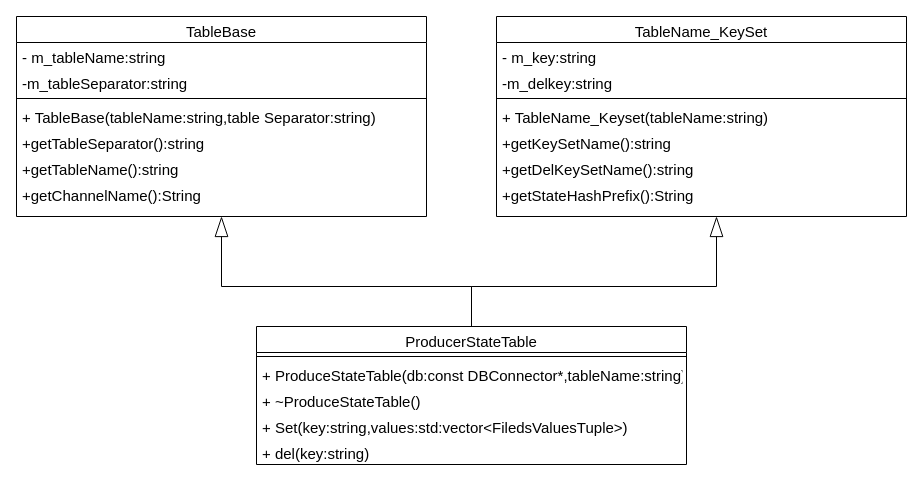
This is ProduceStateTable.drawio from PATORITU/PATORITU, a draw.io file, before an edit. Source tidied: cells renumbered, new cells numbered last; positions are measured from the earlier drawing's top-left corner, leaving out a move shared by most shapes. Both pictures are drawn from the tidied source at 100%, with x=0, y=0 at pixel (16, 16).
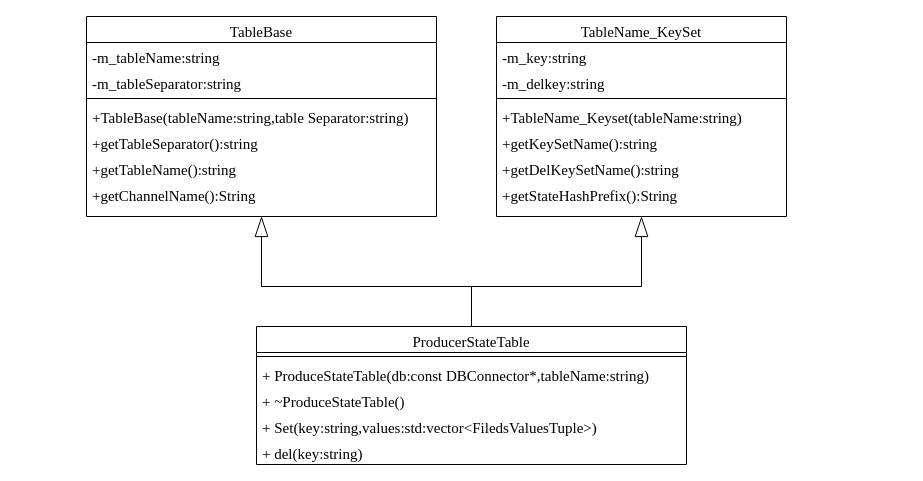
After the change.

Diff of the diagram source:
```diff
@@
-    <mxCell id="2" value="ProducerStateTable" style="swimlane;fontStyle=0;align=center;verticalAlign=top;horizontal=1;startSize=26;rounded=0;shadow=0;strokeWidth=1;fontSize=15;" parent="1" vertex="1">
+    <mxCell id="2" value="ProducerStateTable" style="swimlane;fontStyle=0;align=center;verticalAlign=top;horizontal=1;startSize=26;rounded=0;shadow=0;strokeWidth=1;fontSize=15;fontFamily=Times New Roman;" parent="1" vertex="1">
       <mxGeometry x="240" y="310" width="430" height="138" as="geometry" />
     </mxCell>
-    <mxCell id="3" style="line;html=1;strokeWidth=1;align=left;verticalAlign=middle;spacingTop=-1;spacingLeft=3;spacingRight=3;labelPosition=right;fontSize=15;" parent="2" vertex="1">
+    <mxCell id="3" style="line;html=1;strokeWidth=1;align=left;verticalAlign=middle;spacingTop=-1;spacingLeft=3;spacingRight=3;labelPosition=right;fontSize=15;fontFamily=Times New Roman;" parent="2" vertex="1">
       <mxGeometry y="26" width="430" height="8" as="geometry" />
     </mxCell>
-    <mxCell id="4" value="+ ProduceStateTable(db:const DBConnector*,tableName:string)" style="text;align=left;verticalAlign=top;spacingLeft=4;spacingRight=4;overflow=hidden;fontSize=15;" parent="2" vertex="1">
+    <mxCell id="4" value="+ ProduceStateTable(db:const DBConnector*,tableName:string)" style="text;align=left;verticalAlign=top;spacingLeft=4;spacingRight=4;overflow=hidden;fontSize=15;fontFamily=Times New Roman;" parent="2" vertex="1">
       <mxGeometry y="34" width="430" height="26" as="geometry" />
     </mxCell>
-    <mxCell id="5" value="+ ~ProduceStateTable()" style="text;align=left;verticalAlign=top;spacingLeft=4;spacingRight=4;overflow=hidden;fontSize=15;" parent="2" vertex="1">
+    <mxCell id="5" value="+ ~ProduceStateTable()" style="text;align=left;verticalAlign=top;spacingLeft=4;spacingRight=4;overflow=hidden;fontSize=15;fontFamily=Times New Roman;" parent="2" vertex="1">
       <mxGeometry y="60" width="430" height="26" as="geometry" />
     </mxCell>
-    <mxCell id="6" value="+ Set(key:string,values:std:vector&lt;FiledsValuesTuple&gt;)" style="text;align=left;verticalAlign=top;spacingLeft=4;spacingRight=4;overflow=hidden;fontSize=15;" parent="2" vertex="1">
+    <mxCell id="6" value="+ Set(key:string,values:std:vector&lt;FiledsValuesTuple&gt;)" style="text;align=left;verticalAlign=top;spacingLeft=4;spacingRight=4;overflow=hidden;fontSize=15;fontFamily=Times New Roman;" parent="2" vertex="1">
       <mxGeometry y="86" width="430" height="26" as="geometry" />
     </mxCell>
-    <mxCell id="7" value="+ del(key:string)" style="text;align=left;verticalAlign=top;spacingLeft=4;spacingRight=4;overflow=hidden;fontSize=15;" parent="2" vertex="1">
+    <mxCell id="7" value="+ del(key:string)" style="text;align=left;verticalAlign=top;spacingLeft=4;spacingRight=4;overflow=hidden;fontSize=15;fontFamily=Times New Roman;" parent="2" vertex="1">
       <mxGeometry y="112" width="430" height="26" as="geometry" />
     </mxCell>
-    <mxCell id="8" value="TableBase" style="swimlane;fontStyle=0;align=center;verticalAlign=top;horizontal=1;startSize=26;rounded=0;shadow=0;strokeWidth=1;fontSize=15;" parent="1" vertex="1">
-      <mxGeometry width="410" height="200" as="geometry" />
+    <mxCell id="8" value="TableBase" style="swimlane;fontStyle=0;align=center;verticalAlign=top;horizontal=1;startSize=26;rounded=0;shadow=0;strokeWidth=1;fontSize=15;fontFamily=Times New Roman;" parent="1" vertex="1">
+      <mxGeometry x="70" width="350" height="200" as="geometry" />
     </mxCell>
-    <mxCell id="9" value="- m_tableName:string" style="text;align=left;verticalAlign=top;spacingLeft=4;spacingRight=4;overflow=hidden;fontSize=15;" parent="8" vertex="1">
-      <mxGeometry y="26" width="410" height="26" as="geometry" />
+    <mxCell id="9" value="-m_tableName:string" style="text;align=left;verticalAlign=top;spacingLeft=4;spacingRight=4;overflow=hidden;fontSize=15;fontFamily=Times New Roman;" parent="8" vertex="1">
+      <mxGeometry y="26" width="350" height="26" as="geometry" />
     </mxCell>
-    <mxCell id="10" value="-m_tableSeparator:string" style="text;align=left;verticalAlign=top;spacingLeft=4;spacingRight=4;overflow=hidden;rounded=0;shadow=0;html=0;fontSize=15;" parent="8" vertex="1">
-      <mxGeometry y="52" width="410" height="26" as="geometry" />
+    <mxCell id="10" value="-m_tableSeparator:string" style="text;align=left;verticalAlign=top;spacingLeft=4;spacingRight=4;overflow=hidden;rounded=0;shadow=0;html=0;fontSize=15;fontFamily=Times New Roman;" parent="8" vertex="1">
+      <mxGeometry y="52" width="350" height="26" as="geometry" />
     </mxCell>
-    <mxCell id="11" style="line;html=1;strokeWidth=1;align=left;verticalAlign=middle;spacingTop=-1;spacingLeft=3;spacingRight=3;labelPosition=right;fontSize=15;" parent="8" vertex="1">
-      <mxGeometry y="78" width="410" height="8" as="geometry" />
+    <mxCell id="11" style="line;html=1;strokeWidth=1;align=left;verticalAlign=middle;spacingTop=-1;spacingLeft=3;spacingRight=3;labelPosition=right;fontSize=15;fontFamily=Times New Roman;" parent="8" vertex="1">
+      <mxGeometry y="78" width="350" height="8" as="geometry" />
     </mxCell>
-    <mxCell id="12" value="+ TableBase(tableName:string,table Separator:string)" style="text;align=left;verticalAlign=top;spacingLeft=4;spacingRight=4;overflow=hidden;rounded=0;shadow=0;html=0;fontSize=15;" parent="8" vertex="1">
-      <mxGeometry y="86" width="410" height="26" as="geometry" />
+    <mxCell id="12" value="+TableBase(tableName:string,table Separator:string)" style="text;align=left;verticalAlign=top;spacingLeft=4;spacingRight=4;overflow=hidden;rounded=0;shadow=0;html=0;fontSize=15;fontFamily=Times New Roman;" parent="8" vertex="1">
+      <mxGeometry y="86" width="350" height="26" as="geometry" />
     </mxCell>
-    <mxCell id="13" value="+getTableSeparator():string" style="text;align=left;verticalAlign=top;spacingLeft=4;spacingRight=4;overflow=hidden;rounded=0;shadow=0;html=0;fontSize=15;" parent="8" vertex="1">
-      <mxGeometry y="112" width="410" height="26" as="geometry" />
+    <mxCell id="13" value="+getTableSeparator():string" style="text;align=left;verticalAlign=top;spacingLeft=4;spacingRight=4;overflow=hidden;rounded=0;shadow=0;html=0;fontSize=15;fontFamily=Times New Roman;" parent="8" vertex="1">
+      <mxGeometry y="112" width="350" height="26" as="geometry" />
     </mxCell>
-    <mxCell id="14" value="+getTableName():string" style="text;align=left;verticalAlign=top;spacingLeft=4;spacingRight=4;overflow=hidden;rounded=0;shadow=0;html=0;fontSize=15;" parent="8" vertex="1">
-      <mxGeometry y="138" width="410" height="26" as="geometry" />
+    <mxCell id="14" value="+getTableName():string" style="text;align=left;verticalAlign=top;spacingLeft=4;spacingRight=4;overflow=hidden;rounded=0;shadow=0;html=0;fontSize=15;fontFamily=Times New Roman;" parent="8" vertex="1">
+      <mxGeometry y="138" width="350" height="26" as="geometry" />
     </mxCell>
-    <mxCell id="15" value="+getChannelName():String" style="text;align=left;verticalAlign=top;spacingLeft=4;spacingRight=4;overflow=hidden;rounded=0;shadow=0;html=0;fontSize=15;" parent="8" vertex="1">
-      <mxGeometry y="164" width="410" height="26" as="geometry" />
+    <mxCell id="15" value="+getChannelName():String" style="text;align=left;verticalAlign=top;spacingLeft=4;spacingRight=4;overflow=hidden;rounded=0;shadow=0;html=0;fontSize=15;fontFamily=Times New Roman;" parent="8" vertex="1">
+      <mxGeometry y="164" width="350" height="26" as="geometry" />
     </mxCell>
-    <mxCell id="16" value="TableName_KeySet" style="swimlane;fontStyle=0;align=center;verticalAlign=top;horizontal=1;startSize=26;rounded=0;shadow=0;strokeWidth=1;fontSize=15;" parent="1" vertex="1">
-      <mxGeometry x="480" width="410" height="200" as="geometry" />
+    <mxCell id="16" value="TableName_KeySet" style="swimlane;fontStyle=0;align=center;verticalAlign=top;horizontal=1;startSize=26;rounded=0;shadow=0;strokeWidth=1;fontSize=15;fontFamily=Times New Roman;" parent="1" vertex="1">
+      <mxGeometry x="480" width="290" height="200" as="geometry" />
     </mxCell>
-    <mxCell id="17" value="- m_key:string" style="text;align=left;verticalAlign=top;spacingLeft=4;spacingRight=4;overflow=hidden;fontSize=15;" parent="16" vertex="1">
-      <mxGeometry y="26" width="410" height="26" as="geometry" />
+    <mxCell id="17" value="-m_key:string" style="text;align=left;verticalAlign=top;spacingLeft=4;spacingRight=4;overflow=hidden;fontSize=15;fontFamily=Times New Roman;" parent="16" vertex="1">
+      <mxGeometry y="26" width="290" height="26" as="geometry" />
     </mxCell>
-    <mxCell id="18" value="-m_delkey:string" style="text;align=left;verticalAlign=top;spacingLeft=4;spacingRight=4;overflow=hidden;rounded=0;shadow=0;html=0;fontSize=15;" parent="16" vertex="1">
-      <mxGeometry y="52" width="410" height="26" as="geometry" />
+    <mxCell id="18" value="-m_delkey:string" style="text;align=left;verticalAlign=top;spacingLeft=4;spacingRight=4;overflow=hidden;rounded=0;shadow=0;html=0;fontSize=15;fontFamily=Times New Roman;" parent="16" vertex="1">
+      <mxGeometry y="52" width="290" height="26" as="geometry" />
     </mxCell>
-    <mxCell id="19" style="line;html=1;strokeWidth=1;align=left;verticalAlign=middle;spacingTop=-1;spacingLeft=3;spacingRight=3;labelPosition=right;fontSize=15;" parent="16" vertex="1">
-      <mxGeometry y="78" width="410" height="8" as="geometry" />
+    <mxCell id="19" style="line;html=1;strokeWidth=1;align=left;verticalAlign=middle;spacingTop=-1;spacingLeft=3;spacingRight=3;labelPosition=right;fontSize=15;fontFamily=Times New Roman;" parent="16" vertex="1">
+      <mxGeometry y="78" width="290" height="8" as="geometry" />
     </mxCell>
-    <mxCell id="20" value="+ TableName_Keyset(tableName:string)" style="text;align=left;verticalAlign=top;spacingLeft=4;spacingRight=4;overflow=hidden;rounded=0;shadow=0;html=0;fontSize=15;" parent="16" vertex="1">
-      <mxGeometry y="86" width="410" height="26" as="geometry" />
+    <mxCell id="20" value="+TableName_Keyset(tableName:string)" style="text;align=left;verticalAlign=top;spacingLeft=4;spacingRight=4;overflow=hidden;rounded=0;shadow=0;html=0;fontSize=15;fontFamily=Times New Roman;" parent="16" vertex="1">
+      <mxGeometry y="86" width="290" height="26" as="geometry" />
     </mxCell>
-    <mxCell id="21" value="+getKeySetName():string" style="text;align=left;verticalAlign=top;spacingLeft=4;spacingRight=4;overflow=hidden;rounded=0;shadow=0;html=0;fontSize=15;" parent="16" vertex="1">
-      <mxGeometry y="112" width="410" height="26" as="geometry" />
+    <mxCell id="21" value="+getKeySetName():string" style="text;align=left;verticalAlign=top;spacingLeft=4;spacingRight=4;overflow=hidden;rounded=0;shadow=0;html=0;fontSize=15;fontFamily=Times New Roman;" parent="16" vertex="1">
+      <mxGeometry y="112" width="290" height="26" as="geometry" />
     </mxCell>
-    <mxCell id="22" value="+getDelKeySetName():string" style="text;align=left;verticalAlign=top;spacingLeft=4;spacingRight=4;overflow=hidden;rounded=0;shadow=0;html=0;fontSize=15;" parent="16" vertex="1">
-      <mxGeometry y="138" width="410" height="26" as="geometry" />
+    <mxCell id="22" value="+getDelKeySetName():string" style="text;align=left;verticalAlign=top;spacingLeft=4;spacingRight=4;overflow=hidden;rounded=0;shadow=0;html=0;fontSize=15;fontFamily=Times New Roman;" parent="16" vertex="1">
+      <mxGeometry y="138" width="290" height="26" as="geometry" />
     </mxCell>
-    <mxCell id="23" value="+getStateHashPrefix():String" style="text;align=left;verticalAlign=top;spacingLeft=4;spacingRight=4;overflow=hidden;rounded=0;shadow=0;html=0;fontSize=15;" parent="16" vertex="1">
-      <mxGeometry y="164" width="410" height="26" as="geometry" />
+    <mxCell id="23" value="+getStateHashPrefix():String" style="text;align=left;verticalAlign=top;spacingLeft=4;spacingRight=4;overflow=hidden;rounded=0;shadow=0;html=0;fontSize=15;fontFamily=Times New Roman;" parent="16" vertex="1">
+      <mxGeometry y="164" width="290" height="26" as="geometry" />
     </mxCell>
-    <mxCell id="24" style="endArrow=blockThin;html=1;rounded=0;exitX=0.5;exitY=0;exitDx=0;exitDy=0;endFill=0;strokeWidth=1;endSize=18;" parent="1" edge="1" source="2">
+    <mxCell id="24" style="endArrow=blockThin;html=1;rounded=0;exitX=0.5;exitY=0;exitDx=0;exitDy=0;endFill=0;strokeWidth=1;endSize=18;fontSize=15;fontFamily=Times New Roman;entryX=0.5;entryY=1;entryDx=0;entryDy=0;" parent="1" edge="1" source="2" target="16">
       <mxGeometry relative="1" as="geometry">
-        <mxPoint x="700" y="200" as="targetPoint" />
         <Array as="points">
           <mxPoint x="455" y="270" />
-          <mxPoint x="700" y="270" />
+          <mxPoint x="625" y="270" />
         </Array>
       </mxGeometry>
     </mxCell>
-    <mxCell id="25" style="endArrow=blockThin;html=1;rounded=0;entryX=0.5;entryY=1;entryDx=0;entryDy=0;exitX=0.5;exitY=0;exitDx=0;exitDy=0;endFill=0;strokeWidth=1;endSize=18;" parent="1" edge="1" source="2" target="8">
+    <mxCell id="25" style="endArrow=blockThin;html=1;rounded=0;entryX=0.5;entryY=1;entryDx=0;entryDy=0;exitX=0.5;exitY=0;exitDx=0;exitDy=0;endFill=0;strokeWidth=1;endSize=18;fontSize=15;fontFamily=Times New Roman;" parent="1" edge="1" source="2" target="8">
       <mxGeometry relative="1" as="geometry">
         <Array as="points">
           <mxPoint x="455" y="270" />
-          <mxPoint x="205" y="270" />
+          <mxPoint x="245" y="270" />
         </Array>
       </mxGeometry>
     </mxCell>
```
